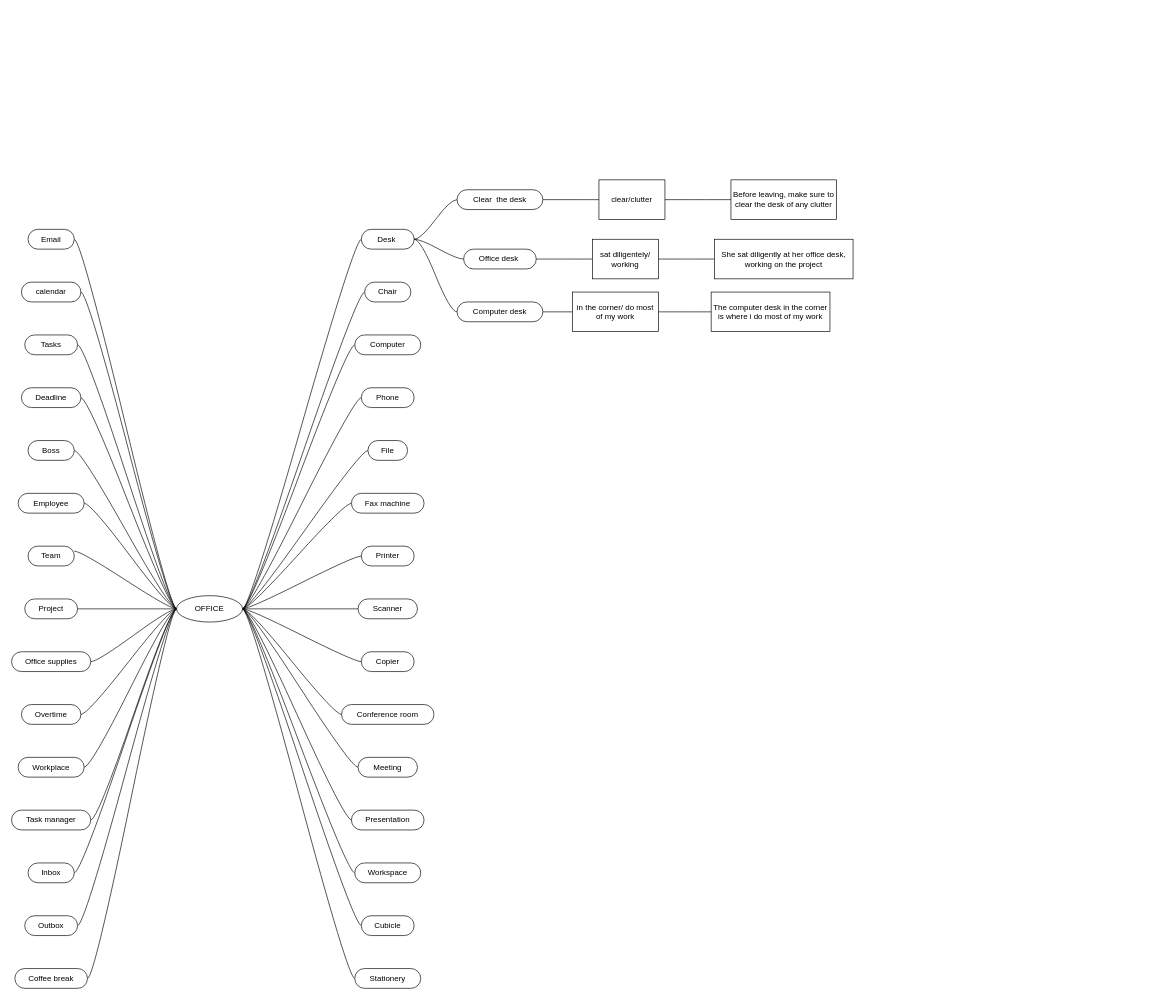
PVPha/vocabulary-map keeps this draw.io diagram as vocabulary-map.drawio. Above is the earlier version. Source tidied: cells renumbered, new cells numbered last; positions are measured from the earlier drawing's top-left corner, leaving out a move shared by most shapes. Both pictures are drawn from the tidied source at 66%, with x=0, y=0 at pixel (11, 180).
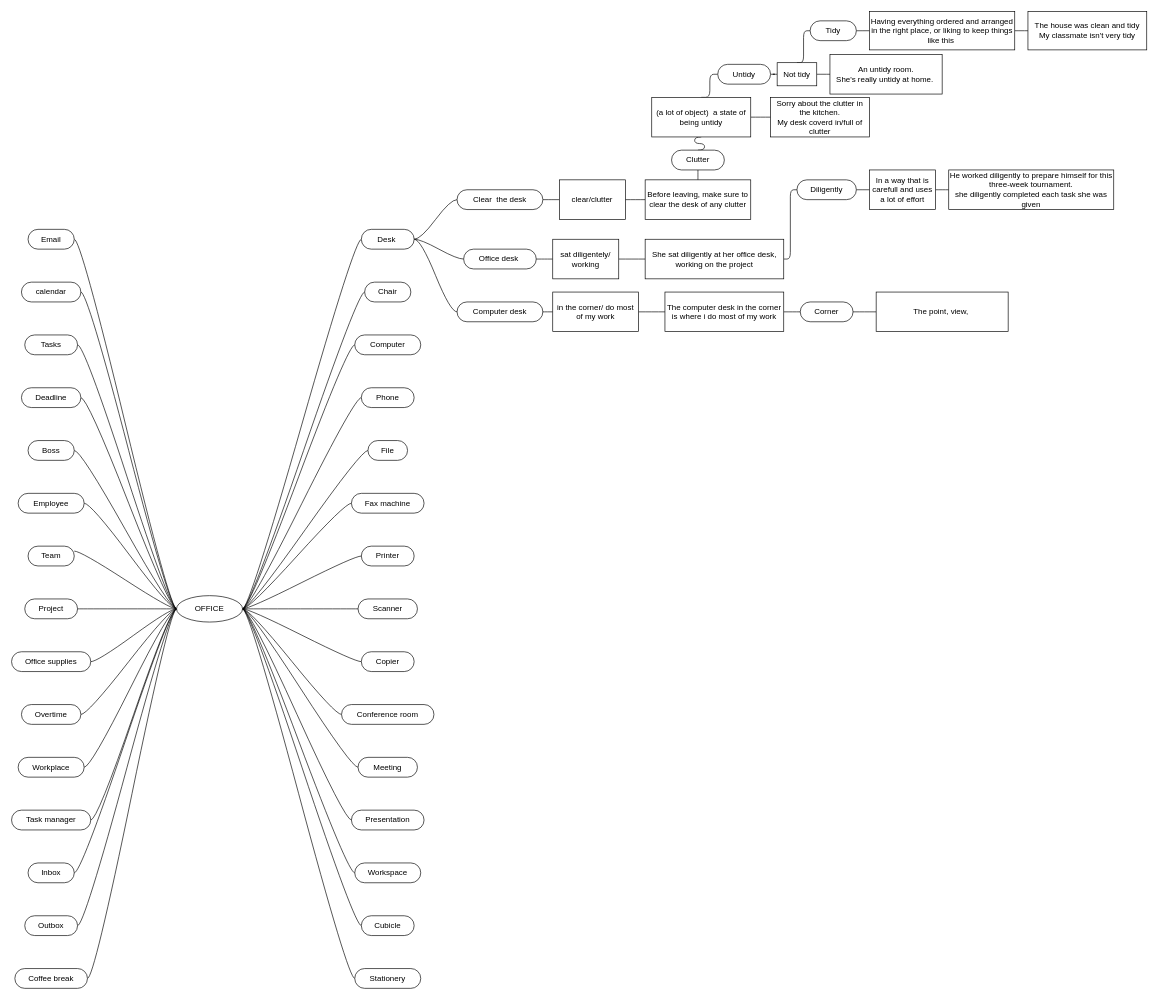
The same page after the edit.

Commit message:
topic office 1.0.1

The change refers to these unchanged cells:
```xml
<mxCell id="77" value="Computer desk" style="whiteSpace=wrap;html=1;rounded=1;arcSize=50;align=center;verticalAlign=middle;strokeWidth=1;spacing=4;newEdgeStyle={&quot;edgeStyle&quot;:&quot;entityRelationEdgeStyle&quot;,&quot;startArrow&quot;:&quot;none&quot;,&quot;endArrow&quot;:&quot;none&quot;,&quot;segment&quot;:10,&quot;curved&quot;:1,&quot;sourcePerimeterSpacing&quot;:0,&quot;targetPerimeterSpacing&quot;:0};" parent="1" vertex="1">
  <mxGeometry x="675" y="185" width="130" height="30" as="geometry" />
</mxCell>
```

Diff of the diagram source:
```diff
@@
     <mxCell id="69" value="clear/clutter" style="whiteSpace=wrap;html=1;align=center;verticalAlign=middle;newEdgeStyle={&quot;edgeStyle&quot;:&quot;elbowEdgeStyle&quot;,&quot;startArrow&quot;:&quot;none&quot;,&quot;endArrow&quot;:&quot;none&quot;};" parent="1" vertex="1">
-      <mxGeometry x="890" width="100" height="60" as="geometry" />
+      <mxGeometry x="830" width="100" height="60" as="geometry" />
     </mxCell>
+    <mxCell id="81" style="edgeStyle=elbowEdgeStyle;html=1;startArrow=none;endArrow=none;exitX=0.5;exitY=0;exitDx=0;exitDy=0;entryX=0.5;entryY=1;entryDx=0;entryDy=0;" parent="1" edge="1" source="70" target="85">
+      <mxGeometry relative="1" as="geometry" />
+    </mxCell>
     <mxCell id="70" value="Before leaving, make sure to clear the desk of any clutter" style="whiteSpace=wrap;html=1;align=center;verticalAlign=middle;newEdgeStyle={&quot;edgeStyle&quot;:&quot;elbowEdgeStyle&quot;,&quot;startArrow&quot;:&quot;none&quot;,&quot;endArrow&quot;:&quot;none&quot;};" parent="1" vertex="1">
-      <mxGeometry x="1090" width="160" height="60" as="geometry" />
+      <mxGeometry x="960" width="160" height="60" as="geometry" />
     </mxCell>
@@
     <mxCell id="74" value="sat diligentely/ working" style="whiteSpace=wrap;html=1;align=center;verticalAlign=middle;newEdgeStyle={&quot;edgeStyle&quot;:&quot;elbowEdgeStyle&quot;,&quot;startArrow&quot;:&quot;none&quot;,&quot;endArrow&quot;:&quot;none&quot;};" parent="1" vertex="1">
-      <mxGeometry x="880" y="90" width="100" height="60" as="geometry" />
+      <mxGeometry x="820" y="90" width="100" height="60" as="geometry" />
     </mxCell>
+    <mxCell id="82" style="edgeStyle=elbowEdgeStyle;html=1;startArrow=none;endArrow=none;exitX=1;exitY=0.5;exitDx=0;exitDy=0;entryX=0;entryY=0.5;entryDx=0;entryDy=0;" parent="1" edge="1" source="75" target="102">
+      <mxGeometry relative="1" as="geometry" />
+    </mxCell>
     <mxCell id="75" value="She sat diligently at her office desk, working on the project" style="whiteSpace=wrap;html=1;align=center;verticalAlign=middle;newEdgeStyle={&quot;edgeStyle&quot;:&quot;elbowEdgeStyle&quot;,&quot;startArrow&quot;:&quot;none&quot;,&quot;endArrow&quot;:&quot;none&quot;};" parent="1" vertex="1">
-      <mxGeometry x="1065" y="90" width="210" height="60" as="geometry" />
+      <mxGeometry x="960" y="90" width="210" height="60" as="geometry" />
     </mxCell>
-    <mxCell id="76" style="edgeStyle=entityRelationEdgeStyle;html=1;startArrow=none;endArrow=none;segment=10;curved=1;sourcePerimeterSpacing=0;targetPerimeterSpacing=0;exitX=1;exitY=0.5;exitDx=0;exitDy=0;entryX=0;entryY=0.5;entryDx=0;entryDy=0;" parent="1" edge="1" source="77" target="79">
-      <mxGeometry relative="1" as="geometry" />
+    <mxCell id="76" style="edgeStyle=entityRelationEdgeStyle;html=1;startArrow=none;endArrow=none;segment=10;curved=1;sourcePerimeterSpacing=0;targetPerimeterSpacing=0;exitX=1;exitY=0.5;exitDx=0;exitDy=0;entryX=0;entryY=0.5;entryDx=0;entryDy=0;" parent="1" edge="1" target="79">
+      <mxGeometry relative="1" as="geometry">
+        <mxPoint x="795" y="200" as="sourcePoint" />
+      </mxGeometry>
     </mxCell>
@@
     <mxCell id="79" value="in the corner/ do most of my work" style="whiteSpace=wrap;html=1;align=center;verticalAlign=middle;newEdgeStyle={&quot;edgeStyle&quot;:&quot;elbowEdgeStyle&quot;,&quot;startArrow&quot;:&quot;none&quot;,&quot;endArrow&quot;:&quot;none&quot;};" parent="1" vertex="1">
-      <mxGeometry x="850" y="170" width="130" height="60" as="geometry" />
+      <mxGeometry x="820" y="170" width="130" height="60" as="geometry" />
     </mxCell>
+    <mxCell id="83" style="edgeStyle=elbowEdgeStyle;html=1;startArrow=none;endArrow=none;exitX=1;exitY=0.5;exitDx=0;exitDy=0;entryX=0;entryY=0.5;entryDx=0;entryDy=0;" parent="1" edge="1" source="80" target="107">
+      <mxGeometry relative="1" as="geometry" />
+    </mxCell>
     <mxCell id="80" value="The computer desk in the corner is where i do most of my work" style="whiteSpace=wrap;html=1;align=center;verticalAlign=middle;newEdgeStyle={&quot;edgeStyle&quot;:&quot;elbowEdgeStyle&quot;,&quot;startArrow&quot;:&quot;none&quot;,&quot;endArrow&quot;:&quot;none&quot;};" parent="1" vertex="1">
-      <mxGeometry x="1060" y="170" width="180" height="60" as="geometry" />
+      <mxGeometry x="990" y="170" width="180" height="60" as="geometry" />
     </mxCell>
+    <mxCell id="84" style="edgeStyle=entityRelationEdgeStyle;html=1;startArrow=none;endArrow=none;segment=10;curved=1;sourcePerimeterSpacing=0;targetPerimeterSpacing=0;exitX=0.5;exitY=0;exitDx=0;exitDy=0;entryX=0.5;entryY=1;entryDx=0;entryDy=0;" parent="1" edge="1" source="85" target="88">
+      <mxGeometry relative="1" as="geometry" />
+    </mxCell>
+    <mxCell id="85" value="Clutter" style="whiteSpace=wrap;html=1;rounded=1;arcSize=50;align=center;verticalAlign=middle;strokeWidth=1;spacing=4;newEdgeStyle={&quot;edgeStyle&quot;:&quot;entityRelationEdgeStyle&quot;,&quot;startArrow&quot;:&quot;none&quot;,&quot;endArrow&quot;:&quot;none&quot;,&quot;segment&quot;:10,&quot;curved&quot;:1,&quot;sourcePerimeterSpacing&quot;:0,&quot;targetPerimeterSpacing&quot;:0};" parent="1" vertex="1">
+      <mxGeometry x="1000" y="-45" width="80" height="30" as="geometry" />
+    </mxCell>
+    <mxCell id="86" style="edgeStyle=elbowEdgeStyle;html=1;elbow=horizontal;startArrow=none;endArrow=none;" parent="1" edge="1" source="88" target="89">
+      <mxGeometry relative="1" as="geometry" />
+    </mxCell>
+    <mxCell id="87" style="edgeStyle=elbowEdgeStyle;html=1;startArrow=none;endArrow=none;exitX=0.5;exitY=0;exitDx=0;exitDy=0;entryX=0;entryY=0.5;entryDx=0;entryDy=0;" parent="1" edge="1" source="88" target="91">
+      <mxGeometry relative="1" as="geometry" />
+    </mxCell>
+    <mxCell id="88" value="(a lot of object)&amp;nbsp; a state of being untidy" style="whiteSpace=wrap;html=1;align=center;verticalAlign=middle;newEdgeStyle={&quot;edgeStyle&quot;:&quot;elbowEdgeStyle&quot;,&quot;startArrow&quot;:&quot;none&quot;,&quot;endArrow&quot;:&quot;none&quot;};" parent="1" vertex="1">
+      <mxGeometry x="970" y="-125" width="150" height="60" as="geometry" />
+    </mxCell>
+    <mxCell id="89" value="Sorry about the clutter in the kitchen.&lt;br&gt;My desk coverd in/full of clutter" style="whiteSpace=wrap;html=1;align=center;verticalAlign=middle;newEdgeStyle={&quot;edgeStyle&quot;:&quot;elbowEdgeStyle&quot;,&quot;startArrow&quot;:&quot;none&quot;,&quot;endArrow&quot;:&quot;none&quot;};" parent="1" vertex="1">
+      <mxGeometry x="1150" y="-125" width="150" height="60" as="geometry" />
+    </mxCell>
+    <mxCell id="90" style="edgeStyle=entityRelationEdgeStyle;html=1;startArrow=none;endArrow=none;segment=10;curved=1;sourcePerimeterSpacing=0;targetPerimeterSpacing=0;exitX=1;exitY=0.5;exitDx=0;exitDy=0;entryX=0;entryY=0.5;entryDx=0;entryDy=0;" parent="1" edge="1" source="91" target="94">
+      <mxGeometry relative="1" as="geometry" />
+    </mxCell>
+    <mxCell id="91" value="Untidy" style="whiteSpace=wrap;html=1;rounded=1;arcSize=50;align=center;verticalAlign=middle;strokeWidth=1;spacing=4;newEdgeStyle={&quot;edgeStyle&quot;:&quot;entityRelationEdgeStyle&quot;,&quot;startArrow&quot;:&quot;none&quot;,&quot;endArrow&quot;:&quot;none&quot;,&quot;segment&quot;:10,&quot;curved&quot;:1,&quot;sourcePerimeterSpacing&quot;:0,&quot;targetPerimeterSpacing&quot;:0};" parent="1" vertex="1">
+      <mxGeometry x="1070" y="-175" width="80" height="30" as="geometry" />
+    </mxCell>
+    <mxCell id="92" style="edgeStyle=elbowEdgeStyle;html=1;startArrow=none;endArrow=none;exitX=0.5;exitY=0;exitDx=0;exitDy=0;entryX=0;entryY=0.5;entryDx=0;entryDy=0;" parent="1" edge="1" source="94" target="96">
+      <mxGeometry relative="1" as="geometry" />
+    </mxCell>
+    <mxCell id="93" style="edgeStyle=elbowEdgeStyle;html=1;startArrow=none;endArrow=none;exitX=1;exitY=0.5;exitDx=0;exitDy=0;entryX=0;entryY=0.5;entryDx=0;entryDy=0;" parent="1" edge="1" source="94" target="100">
+      <mxGeometry relative="1" as="geometry" />
+    </mxCell>
+    <mxCell id="94" value="Not tidy" style="whiteSpace=wrap;html=1;align=center;verticalAlign=middle;newEdgeStyle={&quot;edgeStyle&quot;:&quot;elbowEdgeStyle&quot;,&quot;startArrow&quot;:&quot;none&quot;,&quot;endArrow&quot;:&quot;none&quot;};" parent="1" vertex="1">
+      <mxGeometry x="1160" y="-177.5" width="60" height="35" as="geometry" />
+    </mxCell>
+    <mxCell id="95" style="edgeStyle=entityRelationEdgeStyle;html=1;startArrow=none;endArrow=none;segment=10;curved=1;sourcePerimeterSpacing=0;targetPerimeterSpacing=0;exitX=1;exitY=0.5;exitDx=0;exitDy=0;entryX=0;entryY=0.5;entryDx=0;entryDy=0;" parent="1" edge="1" source="96" target="98">
+      <mxGeometry relative="1" as="geometry" />
+    </mxCell>
+    <mxCell id="96" value="Tidy" style="whiteSpace=wrap;html=1;rounded=1;arcSize=50;align=center;verticalAlign=middle;strokeWidth=1;spacing=4;newEdgeStyle={&quot;edgeStyle&quot;:&quot;entityRelationEdgeStyle&quot;,&quot;startArrow&quot;:&quot;none&quot;,&quot;endArrow&quot;:&quot;none&quot;,&quot;segment&quot;:10,&quot;curved&quot;:1,&quot;sourcePerimeterSpacing&quot;:0,&quot;targetPerimeterSpacing&quot;:0};" parent="1" vertex="1">
+      <mxGeometry x="1210" y="-240.9" width="70" height="30" as="geometry" />
+    </mxCell>
+    <mxCell id="97" style="edgeStyle=elbowEdgeStyle;html=1;elbow=horizontal;startArrow=none;endArrow=none;" parent="1" edge="1" source="98" target="99">
+      <mxGeometry relative="1" as="geometry" />
+    </mxCell>
+    <mxCell id="98" value="Having everything ordered and arranged in the right place, or liking to keep things like this&amp;nbsp;" style="whiteSpace=wrap;html=1;align=center;verticalAlign=middle;newEdgeStyle={&quot;edgeStyle&quot;:&quot;elbowEdgeStyle&quot;,&quot;startArrow&quot;:&quot;none&quot;,&quot;endArrow&quot;:&quot;none&quot;};" parent="1" vertex="1">
+      <mxGeometry x="1300" y="-255" width="220" height="58.1" as="geometry" />
+    </mxCell>
+    <mxCell id="99" value="The house was clean and tidy&lt;br&gt;My classmate isn't very tidy" style="whiteSpace=wrap;html=1;align=center;verticalAlign=middle;newEdgeStyle={&quot;edgeStyle&quot;:&quot;elbowEdgeStyle&quot;,&quot;startArrow&quot;:&quot;none&quot;,&quot;endArrow&quot;:&quot;none&quot;};" parent="1" vertex="1">
+      <mxGeometry x="1540" y="-255" width="180" height="58.1" as="geometry" />
+    </mxCell>
+    <mxCell id="100" value="An untidy room.&lt;br&gt;She's really untidy at home.&amp;nbsp;" style="whiteSpace=wrap;html=1;align=center;verticalAlign=middle;newEdgeStyle={&quot;edgeStyle&quot;:&quot;elbowEdgeStyle&quot;,&quot;startArrow&quot;:&quot;none&quot;,&quot;endArrow&quot;:&quot;none&quot;};" parent="1" vertex="1">
+      <mxGeometry x="1240" y="-190" width="170" height="60" as="geometry" />
+    </mxCell>
+    <mxCell id="101" style="edgeStyle=entityRelationEdgeStyle;html=1;startArrow=none;endArrow=none;segment=10;curved=1;sourcePerimeterSpacing=0;targetPerimeterSpacing=0;exitX=1;exitY=0.5;exitDx=0;exitDy=0;entryX=0;entryY=0.5;entryDx=0;entryDy=0;" parent="1" edge="1" source="102" target="104">
+      <mxGeometry relative="1" as="geometry" />
+    </mxCell>
+    <mxCell id="102" value="Diligently" style="whiteSpace=wrap;html=1;rounded=1;arcSize=50;align=center;verticalAlign=middle;strokeWidth=1;spacing=4;newEdgeStyle={&quot;edgeStyle&quot;:&quot;entityRelationEdgeStyle&quot;,&quot;startArrow&quot;:&quot;none&quot;,&quot;endArrow&quot;:&quot;none&quot;,&quot;segment&quot;:10,&quot;curved&quot;:1,&quot;sourcePerimeterSpacing&quot;:0,&quot;targetPerimeterSpacing&quot;:0};" parent="1" vertex="1">
+      <mxGeometry x="1190" width="90" height="30" as="geometry" />
+    </mxCell>
+    <mxCell id="103" style="edgeStyle=elbowEdgeStyle;html=1;elbow=horizontal;startArrow=none;endArrow=none;" parent="1" edge="1" source="104" target="105">
+      <mxGeometry relative="1" as="geometry" />
+    </mxCell>
+    <mxCell id="104" value="In a way that is carefull and uses a lot of effort" style="whiteSpace=wrap;html=1;align=center;verticalAlign=middle;newEdgeStyle={&quot;edgeStyle&quot;:&quot;elbowEdgeStyle&quot;,&quot;startArrow&quot;:&quot;none&quot;,&quot;endArrow&quot;:&quot;none&quot;};" parent="1" vertex="1">
+      <mxGeometry x="1300" y="-15" width="100" height="60" as="geometry" />
+    </mxCell>
+    <mxCell id="105" value="He worked diligently to prepare himself for this three-week tournament.&lt;br&gt;she diligently completed each task she was given" style="whiteSpace=wrap;html=1;align=center;verticalAlign=middle;newEdgeStyle={&quot;edgeStyle&quot;:&quot;elbowEdgeStyle&quot;,&quot;startArrow&quot;:&quot;none&quot;,&quot;endArrow&quot;:&quot;none&quot;};" parent="1" vertex="1">
+      <mxGeometry x="1420" y="-15" width="250" height="60" as="geometry" />
+    </mxCell>
+    <mxCell id="106" style="edgeStyle=entityRelationEdgeStyle;html=1;startArrow=none;endArrow=none;segment=10;curved=1;sourcePerimeterSpacing=0;targetPerimeterSpacing=0;exitX=1;exitY=0.5;exitDx=0;exitDy=0;entryX=0;entryY=0.5;entryDx=0;entryDy=0;" parent="1" edge="1" source="107" target="108">
+      <mxGeometry relative="1" as="geometry" />
+    </mxCell>
+    <mxCell id="107" value="Corner" style="whiteSpace=wrap;html=1;rounded=1;arcSize=50;align=center;verticalAlign=middle;strokeWidth=1;spacing=4;newEdgeStyle={&quot;edgeStyle&quot;:&quot;entityRelationEdgeStyle&quot;,&quot;startArrow&quot;:&quot;none&quot;,&quot;endArrow&quot;:&quot;none&quot;,&quot;segment&quot;:10,&quot;curved&quot;:1,&quot;sourcePerimeterSpacing&quot;:0,&quot;targetPerimeterSpacing&quot;:0};" parent="1" vertex="1">
+      <mxGeometry x="1195" y="185" width="80" height="30" as="geometry" />
+    </mxCell>
+    <mxCell id="108" value="The point, view,&amp;nbsp;" style="whiteSpace=wrap;html=1;align=center;verticalAlign=middle;newEdgeStyle={&quot;edgeStyle&quot;:&quot;elbowEdgeStyle&quot;,&quot;startArrow&quot;:&quot;none&quot;,&quot;endArrow&quot;:&quot;none&quot;};" parent="1" vertex="1">
+      <mxGeometry x="1310" y="170" width="200" height="60" as="geometry" />
+    </mxCell>
```
